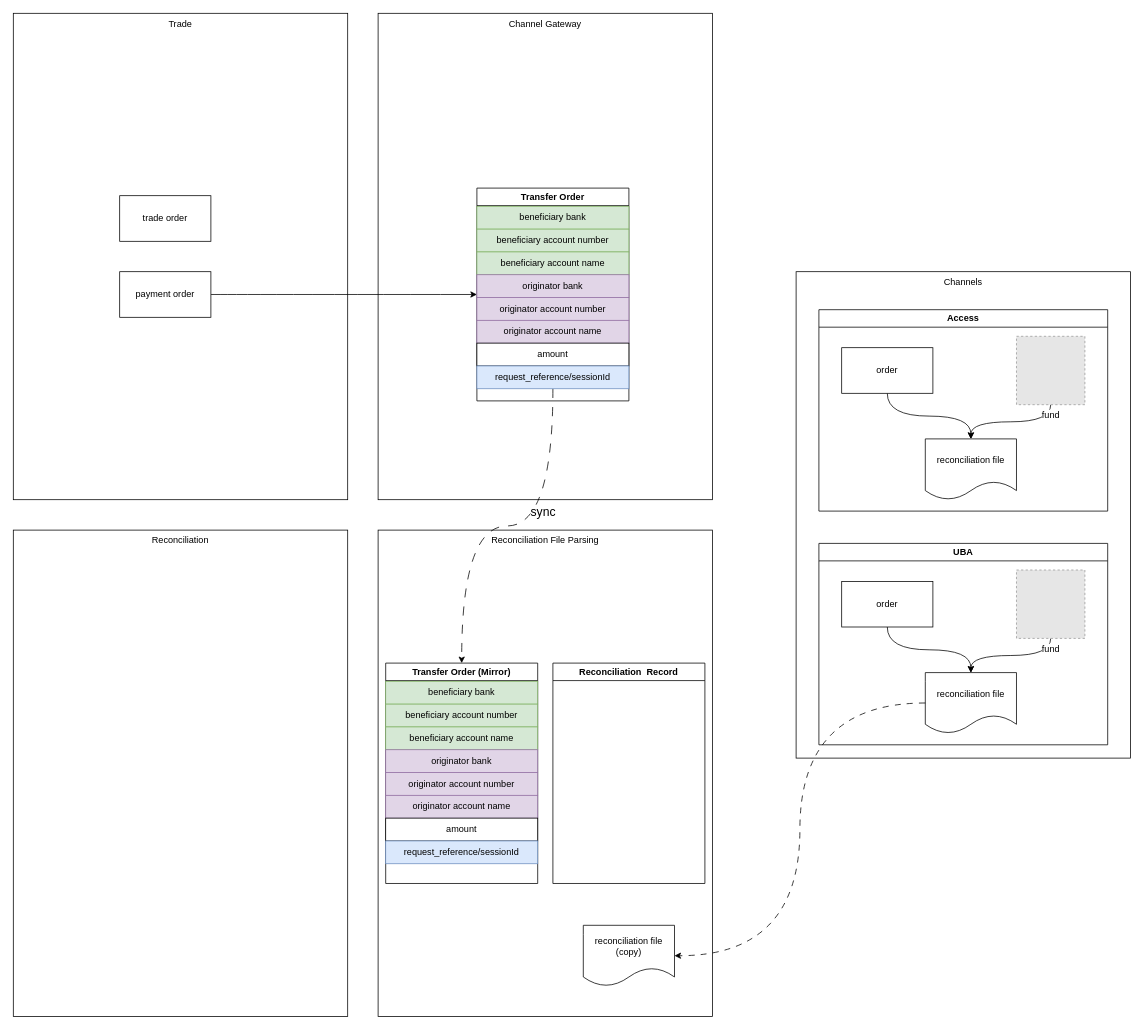
The draw.io diagram reconciliation solution.drawio in catface996/images, before the edit. Source tidied: cells renumbered, new cells numbered last; positions are measured from the earlier drawing's top-left corner, leaving out a move shared by most shapes. Both pictures are drawn from the tidied source at 76%, with x=0, y=0 at pixel (13, 13). Pictures stored in the file or linked from it are replaced by grey dashed boxes.
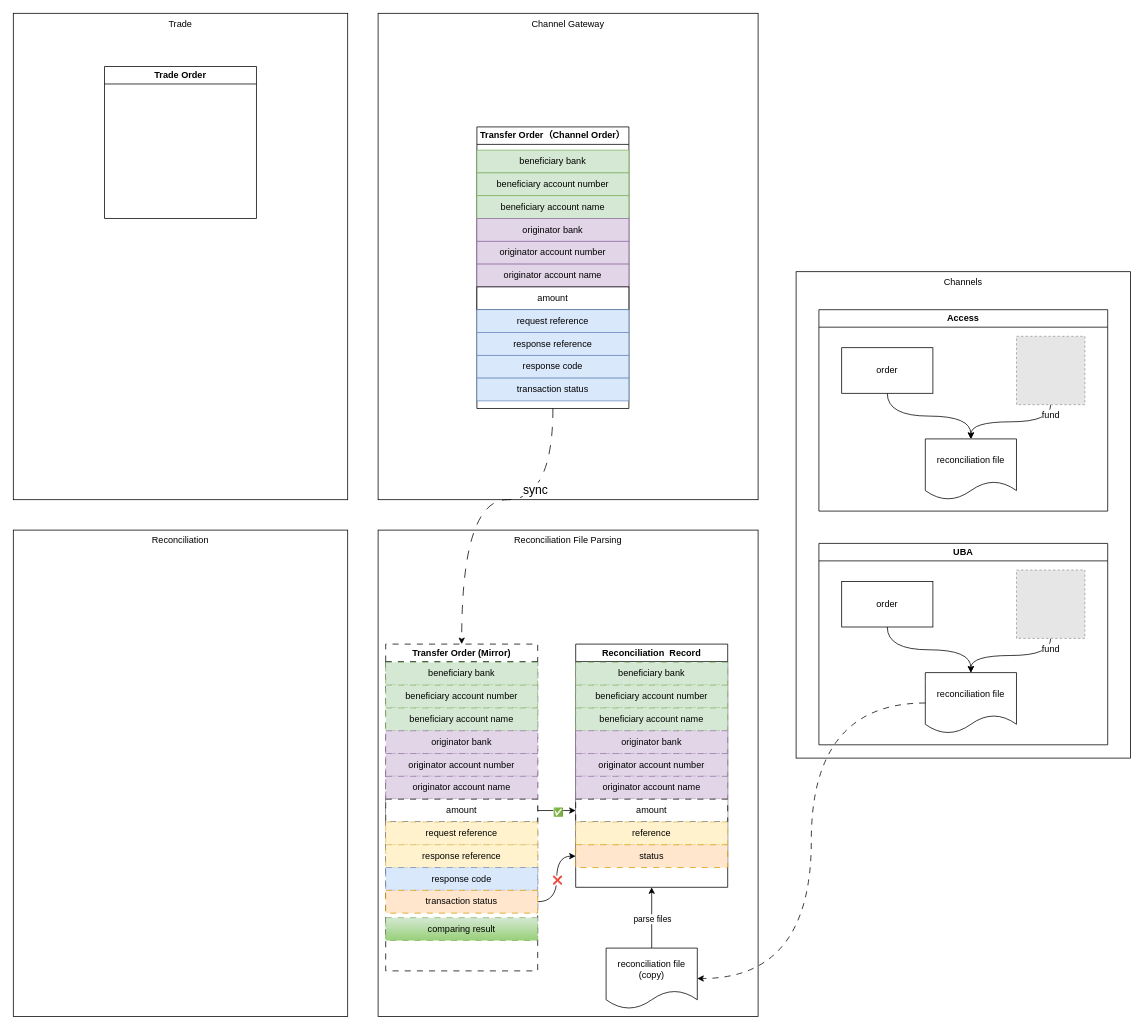
The same page after the edit.

The change refers to these unchanged cells:
```xml
<mxCell id="18" value="reconciliation file" style="shape=document;whiteSpace=wrap;html=1;boundedLbl=1;" parent="17" vertex="1">
  <mxGeometry x="140" y="170" width="120" height="80" as="geometry" />
</mxCell>
```

What changed in the source:
```diff
@@
     <mxCell id="3" value="Channel Gateway" style="rounded=0;whiteSpace=wrap;html=1;align=center;verticalAlign=top;" parent="1" vertex="1">
-      <mxGeometry x="480" width="440" height="640" as="geometry" />
+      <mxGeometry x="480" width="500" height="640" as="geometry" />
     </mxCell>
@@
-    <mxCell id="5" value="trade order" style="rounded=0;whiteSpace=wrap;html=1;" parent="1" vertex="1">
-      <mxGeometry x="140" y="240" width="120" height="60" as="geometry" />
-    </mxCell>
-    <mxCell id="6" style="edgeStyle=orthogonalEdgeStyle;rounded=0;jettySize=auto;html=1;entryX=0;entryY=0.5;entryDx=0;entryDy=0;curved=1;" parent="1" edge="1" source="7" target="10">
-      <mxGeometry relative="1" as="geometry" />
-    </mxCell>
-    <mxCell id="7" value="payment order" style="rounded=0;whiteSpace=wrap;html=1;" parent="1" vertex="1">
-      <mxGeometry x="140" y="340" width="120" height="60" as="geometry" />
-    </mxCell>
     <mxCell id="8" value="&lt;div style=&quot;text-align: left;&quot;&gt;&lt;span style=&quot;background-color: initial;&quot;&gt;Reconciliation File Parsing&lt;/span&gt;&lt;/div&gt;" style="rounded=0;whiteSpace=wrap;html=1;align=center;verticalAlign=top;" parent="1" vertex="1">
-      <mxGeometry x="480" y="680" width="440" height="640" as="geometry" />
+      <mxGeometry x="480" y="680" width="500" height="640" as="geometry" />
     </mxCell>
@@
-    <mxCell id="10" value="Transfer Order" style="swimlane;whiteSpace=wrap;html=1;" parent="1" vertex="1">
-      <mxGeometry x="610" y="230" width="200" height="280" as="geometry" />
+    <mxCell id="10" value="Transfer Order（Channel Order）" style="swimlane;whiteSpace=wrap;html=1;" parent="1" vertex="1">
+      <mxGeometry x="610" y="149.5" width="200" height="370.5" as="geometry" />
     </mxCell>
@@
-    <mxCell id="23" style="edgeStyle=orthogonalEdgeStyle;rounded=0;jettySize=auto;html=1;entryX=0.5;entryY=0;entryDx=0;entryDy=0;curved=1;dashed=1;dashPattern=12 12;strokeWidth=1;" parent="1" edge="1" source="35" target="25">
-      <mxGeometry relative="1" as="geometry" />
+    <mxCell id="23" style="edgeStyle=orthogonalEdgeStyle;rounded=0;jettySize=auto;html=1;entryX=0.5;entryY=0;entryDx=0;entryDy=0;curved=1;dashed=1;dashPattern=12 12;strokeWidth=1;exitX=0.5;exitY=1;exitDx=0;exitDy=0;" parent="1" edge="1" source="10" target="25">
+      <mxGeometry relative="1" as="geometry">
+        <Array as="points">
+          <mxPoint x="710" y="640" />
+          <mxPoint x="590" y="640" />
+        </Array>
+      </mxGeometry>
     </mxCell>
@@
-    <mxCell id="25" value="Transfer Order (Mirror)" style="swimlane;whiteSpace=wrap;html=1;" parent="1" vertex="1">
-      <mxGeometry x="490" y="855" width="200" height="290" as="geometry" />
+    <mxCell id="25" value="Transfer Order (Mirror)" style="swimlane;whiteSpace=wrap;html=1;dashed=1;dashPattern=8 8;" parent="1" vertex="1">
+      <mxGeometry x="490" y="830" width="200" height="430" as="geometry" />
     </mxCell>
     <mxCell id="26" value="Reconciliation&amp;nbsp; Record" style="swimlane;whiteSpace=wrap;html=1;" parent="1" vertex="1">
-      <mxGeometry x="710" y="855" width="200" height="290" as="geometry" />
+      <mxGeometry x="740" y="830" width="200" height="320" as="geometry" />
     </mxCell>
-    <mxCell id="27" style="group;" parent="1" vertex="1">
-      <mxGeometry x="610" y="254" width="200" height="240" as="geometry" />
-    </mxCell>
+    <mxCell id="47" style="edgeStyle=orthogonalEdgeStyle;rounded=0;jettySize=auto;html=1;entryX=0.5;entryY=1;entryDx=0;entryDy=0;" parent="1" edge="1" source="45" target="26">
+      <mxGeometry relative="1" as="geometry" />
+    </mxCell>
+    <mxCell id="48" value="parse files" style="edgeLabel;html=1;align=center;verticalAlign=middle;" parent="47" vertex="1">
+      <mxGeometry x="-0.03" relative="1" as="geometry" />
+    </mxCell>
+    <mxCell id="45" value="reconciliation file (copy)" style="shape=document;whiteSpace=wrap;html=1;boundedLbl=1;" parent="1" vertex="1">
+      <mxGeometry x="780" y="1230" width="120" height="80" as="geometry" />
+    </mxCell>
+    <mxCell id="46" style="edgeStyle=orthogonalEdgeStyle;rounded=0;jettySize=auto;html=1;entryX=1;entryY=0.5;entryDx=0;entryDy=0;curved=1;dashed=1;dashPattern=8 8;" parent="1" edge="1" source="18" target="45">
+      <mxGeometry relative="1" as="geometry" />
+    </mxCell>
+    <mxCell id="37" value="beneficiary bank" style="rounded=0;whiteSpace=wrap;html=1;fillColor=#d5e8d4;strokeColor=#82b366;dashed=1;dashPattern=8 8;" parent="1" vertex="1">
+      <mxGeometry x="490" y="854" width="200" height="30" as="geometry" />
+    </mxCell>
+    <mxCell id="38" value="beneficiary account number" style="rounded=0;whiteSpace=wrap;html=1;fillColor=#d5e8d4;strokeColor=#82b366;dashed=1;dashPattern=8 8;" parent="1" vertex="1">
+      <mxGeometry x="490" y="884" width="200" height="30" as="geometry" />
+    </mxCell>
+    <mxCell id="39" value="beneficiary account name" style="rounded=0;whiteSpace=wrap;html=1;fillColor=#d5e8d4;strokeColor=#82b366;dashed=1;dashPattern=8 8;" parent="1" vertex="1">
+      <mxGeometry x="490" y="914" width="200" height="30" as="geometry" />
+    </mxCell>
+    <mxCell id="40" value="originator bank" style="rounded=0;whiteSpace=wrap;html=1;fillColor=#e1d5e7;strokeColor=#9673a6;dashed=1;dashPattern=8 8;" parent="1" vertex="1">
+      <mxGeometry x="490" y="944" width="200" height="30" as="geometry" />
+    </mxCell>
+    <mxCell id="41" value="originator account number" style="rounded=0;whiteSpace=wrap;html=1;fillColor=#e1d5e7;strokeColor=#9673a6;dashed=1;dashPattern=8 8;" parent="1" vertex="1">
+      <mxGeometry x="490" y="974" width="200" height="30" as="geometry" />
+    </mxCell>
+    <mxCell id="42" value="originator account name" style="rounded=0;whiteSpace=wrap;html=1;fillColor=#e1d5e7;strokeColor=#9673a6;dashed=1;dashPattern=8 8;" parent="1" vertex="1">
+      <mxGeometry x="490" y="1004" width="200" height="30" as="geometry" />
+    </mxCell>
+    <mxCell id="49" style="edgeStyle=orthogonalEdgeStyle;rounded=0;jettySize=auto;html=1;entryX=0;entryY=0.5;entryDx=0;entryDy=0;" parent="1" edge="1" source="43" target="65">
+      <mxGeometry relative="1" as="geometry" />
+    </mxCell>
+    <mxCell id="50" value="✅" style="edgeLabel;html=1;align=center;verticalAlign=middle;" parent="49" vertex="1">
+      <mxGeometry x="0.04" y="-2" relative="1" as="geometry" />
+    </mxCell>
+    <mxCell id="43" value="amount" style="rounded=0;whiteSpace=wrap;html=1;dashed=1;dashPattern=8 8;" parent="1" vertex="1">
+      <mxGeometry x="490" y="1034" width="200" height="30" as="geometry" />
+    </mxCell>
+    <mxCell id="44" value="request reference" style="rounded=0;whiteSpace=wrap;html=1;fillColor=#fff2cc;strokeColor=#d6b656;dashed=1;dashPattern=8 8;" parent="1" vertex="1">
+      <mxGeometry x="490" y="1064" width="200" height="30" as="geometry" />
+    </mxCell>
+    <mxCell id="51" value="response reference" style="rounded=0;whiteSpace=wrap;html=1;fillColor=#fff2cc;strokeColor=#d6b656;dashed=1;dashPattern=8 8;" parent="1" vertex="1">
+      <mxGeometry x="490" y="1094" width="200" height="30" as="geometry" />
+    </mxCell>
+    <mxCell id="52" value="response code" style="rounded=0;whiteSpace=wrap;html=1;fillColor=#dae8fc;strokeColor=#6c8ebf;dashed=1;dashPattern=8 8;" parent="1" vertex="1">
+      <mxGeometry x="490" y="1124" width="200" height="30" as="geometry" />
+    </mxCell>
-    <mxCell id="28" value="beneficiary bank" style="rounded=0;whiteSpace=wrap;html=1;fillColor=#d5e8d4;strokeColor=#82b366;" parent="27" vertex="1">
-      <mxGeometry width="200" height="30" as="geometry" />
+    <mxCell id="28" value="beneficiary bank" style="rounded=0;whiteSpace=wrap;html=1;fillColor=#d5e8d4;strokeColor=#82b366;" parent="1" vertex="1">
+      <mxGeometry x="610" y="180" width="200" height="30" as="geometry" />
     </mxCell>
-    <mxCell id="29" value="beneficiary account number" style="rounded=0;whiteSpace=wrap;html=1;fillColor=#d5e8d4;strokeColor=#82b366;" parent="27" vertex="1">
-      <mxGeometry y="30" width="200" height="30" as="geometry" />
+    <mxCell id="29" value="beneficiary account number" style="rounded=0;whiteSpace=wrap;html=1;fillColor=#d5e8d4;strokeColor=#82b366;" parent="1" vertex="1">
+      <mxGeometry x="610" y="210" width="200" height="30" as="geometry" />
     </mxCell>
-    <mxCell id="30" value="beneficiary account name" style="rounded=0;whiteSpace=wrap;html=1;fillColor=#d5e8d4;strokeColor=#82b366;" parent="27" vertex="1">
-      <mxGeometry y="60" width="200" height="30" as="geometry" />
+    <mxCell id="30" value="beneficiary account name" style="rounded=0;whiteSpace=wrap;html=1;fillColor=#d5e8d4;strokeColor=#82b366;" parent="1" vertex="1">
+      <mxGeometry x="610" y="240" width="200" height="30" as="geometry" />
     </mxCell>
-    <mxCell id="31" value="originator bank" style="rounded=0;whiteSpace=wrap;html=1;fillColor=#e1d5e7;strokeColor=#9673a6;" parent="27" vertex="1">
-      <mxGeometry y="90" width="200" height="30" as="geometry" />
+    <mxCell id="31" value="originator bank" style="rounded=0;whiteSpace=wrap;html=1;fillColor=#e1d5e7;strokeColor=#9673a6;" parent="1" vertex="1">
+      <mxGeometry x="610" y="270" width="200" height="30" as="geometry" />
     </mxCell>
-    <mxCell id="32" value="originator account number" style="rounded=0;whiteSpace=wrap;html=1;fillColor=#e1d5e7;strokeColor=#9673a6;" parent="27" vertex="1">
-      <mxGeometry y="120" width="200" height="30" as="geometry" />
+    <mxCell id="32" value="originator account number" style="rounded=0;whiteSpace=wrap;html=1;fillColor=#e1d5e7;strokeColor=#9673a6;" parent="1" vertex="1">
+      <mxGeometry x="610" y="300" width="200" height="30" as="geometry" />
     </mxCell>
-    <mxCell id="33" value="originator account name" style="rounded=0;whiteSpace=wrap;html=1;fillColor=#e1d5e7;strokeColor=#9673a6;" parent="27" vertex="1">
-      <mxGeometry y="150" width="200" height="30" as="geometry" />
+    <mxCell id="33" value="originator account name" style="rounded=0;whiteSpace=wrap;html=1;fillColor=#e1d5e7;strokeColor=#9673a6;" parent="1" vertex="1">
+      <mxGeometry x="610" y="330" width="200" height="30" as="geometry" />
     </mxCell>
-    <mxCell id="34" value="amount" style="rounded=0;whiteSpace=wrap;html=1;" parent="27" vertex="1">
-      <mxGeometry y="180" width="200" height="30" as="geometry" />
+    <mxCell id="34" value="amount" style="rounded=0;whiteSpace=wrap;html=1;" parent="1" vertex="1">
+      <mxGeometry x="610" y="360" width="200" height="30" as="geometry" />
     </mxCell>
-    <mxCell id="35" value="request_reference/sessionId" style="rounded=0;whiteSpace=wrap;html=1;fillColor=#dae8fc;strokeColor=#6c8ebf;" parent="27" vertex="1">
-      <mxGeometry y="210" width="200" height="30" as="geometry" />
+    <mxCell id="35" value="request reference" style="rounded=0;whiteSpace=wrap;html=1;fillColor=#dae8fc;strokeColor=#6c8ebf;" parent="1" vertex="1">
+      <mxGeometry x="610" y="390" width="200" height="30" as="geometry" />
     </mxCell>
-    <mxCell id="36" style="group;" parent="1" vertex="1">
-      <mxGeometry x="490" y="879" width="200" height="240" as="geometry" />
-    </mxCell>
-    <mxCell id="37" value="beneficiary bank" style="rounded=0;whiteSpace=wrap;html=1;fillColor=#d5e8d4;strokeColor=#82b366;" parent="36" vertex="1">
-      <mxGeometry width="200" height="30" as="geometry" />
-    </mxCell>
-    <mxCell id="38" value="beneficiary account number" style="rounded=0;whiteSpace=wrap;html=1;fillColor=#d5e8d4;strokeColor=#82b366;" parent="36" vertex="1">
-      <mxGeometry y="30" width="200" height="30" as="geometry" />
-    </mxCell>
-    <mxCell id="39" value="beneficiary account name" style="rounded=0;whiteSpace=wrap;html=1;fillColor=#d5e8d4;strokeColor=#82b366;" parent="36" vertex="1">
-      <mxGeometry y="60" width="200" height="30" as="geometry" />
-    </mxCell>
-    <mxCell id="40" value="originator bank" style="rounded=0;whiteSpace=wrap;html=1;fillColor=#e1d5e7;strokeColor=#9673a6;" parent="36" vertex="1">
-      <mxGeometry y="90" width="200" height="30" as="geometry" />
-    </mxCell>
-    <mxCell id="41" value="originator account number" style="rounded=0;whiteSpace=wrap;html=1;fillColor=#e1d5e7;strokeColor=#9673a6;" parent="36" vertex="1">
-      <mxGeometry y="120" width="200" height="30" as="geometry" />
-    </mxCell>
-    <mxCell id="42" value="originator account name" style="rounded=0;whiteSpace=wrap;html=1;fillColor=#e1d5e7;strokeColor=#9673a6;" parent="36" vertex="1">
-      <mxGeometry y="150" width="200" height="30" as="geometry" />
-    </mxCell>
-    <mxCell id="43" value="amount" style="rounded=0;whiteSpace=wrap;html=1;" parent="36" vertex="1">
-      <mxGeometry y="180" width="200" height="30" as="geometry" />
-    </mxCell>
-    <mxCell id="44" value="request_reference/sessionId" style="rounded=0;whiteSpace=wrap;html=1;fillColor=#dae8fc;strokeColor=#6c8ebf;" parent="36" vertex="1">
-      <mxGeometry y="210" width="200" height="30" as="geometry" />
-    </mxCell>
-    <mxCell id="45" value="reconciliation file (copy)" style="shape=document;whiteSpace=wrap;html=1;boundedLbl=1;" parent="1" vertex="1">
-      <mxGeometry x="750" y="1200" width="120" height="80" as="geometry" />
-    </mxCell>
-    <mxCell id="46" style="edgeStyle=orthogonalEdgeStyle;rounded=0;jettySize=auto;html=1;entryX=1;entryY=0.5;entryDx=0;entryDy=0;curved=1;dashed=1;dashPattern=8 8;" parent="1" edge="1" source="18" target="45">
-      <mxGeometry relative="1" as="geometry" />
-    </mxCell>
+    <mxCell id="53" value="response code" style="rounded=0;whiteSpace=wrap;html=1;fillColor=#dae8fc;strokeColor=#6c8ebf;" parent="1" vertex="1">
+      <mxGeometry x="610" y="450" width="200" height="30" as="geometry" />
+    </mxCell>
+    <mxCell id="54" value="response reference" style="rounded=0;whiteSpace=wrap;html=1;fillColor=#dae8fc;strokeColor=#6c8ebf;" parent="1" vertex="1">
+      <mxGeometry x="610" y="420" width="200" height="30" as="geometry" />
+    </mxCell>
+    <mxCell id="55" value="transaction status" style="rounded=0;whiteSpace=wrap;html=1;fillColor=#dae8fc;strokeColor=#6c8ebf;" parent="1" vertex="1">
+      <mxGeometry x="610" y="480" width="200" height="30" as="geometry" />
+    </mxCell>
+    <mxCell id="56" style="edgeStyle=orthogonalEdgeStyle;rounded=0;jettySize=auto;html=1;entryX=0;entryY=0.5;entryDx=0;entryDy=0;curved=1;" parent="1" edge="1" source="58" target="67">
+      <mxGeometry relative="1" as="geometry" />
+    </mxCell>
+    <mxCell id="57" value="❌" style="edgeLabel;html=1;align=center;verticalAlign=middle;" parent="56" vertex="1">
+      <mxGeometry x="-0.02" relative="1" as="geometry" />
+    </mxCell>
+    <mxCell id="58" value="transaction status" style="rounded=0;whiteSpace=wrap;html=1;fillColor=#ffe6cc;strokeColor=#d79b00;dashed=1;dashPattern=8 8;" parent="1" vertex="1">
+      <mxGeometry x="490" y="1154" width="200" height="30" as="geometry" />
+    </mxCell>
+    <mxCell id="59" value="beneficiary bank" style="rounded=0;whiteSpace=wrap;html=1;fillColor=#d5e8d4;strokeColor=#82b366;dashed=1;dashPattern=8 8;" parent="1" vertex="1">
+      <mxGeometry x="740" y="854" width="200" height="30" as="geometry" />
+    </mxCell>
+    <mxCell id="60" value="beneficiary account number" style="rounded=0;whiteSpace=wrap;html=1;fillColor=#d5e8d4;strokeColor=#82b366;dashed=1;dashPattern=8 8;" parent="1" vertex="1">
+      <mxGeometry x="740" y="884" width="200" height="30" as="geometry" />
+    </mxCell>
+    <mxCell id="61" value="beneficiary account name" style="rounded=0;whiteSpace=wrap;html=1;fillColor=#d5e8d4;strokeColor=#82b366;dashed=1;dashPattern=8 8;" parent="1" vertex="1">
+      <mxGeometry x="740" y="914" width="200" height="30" as="geometry" />
+    </mxCell>
+    <mxCell id="62" value="originator bank" style="rounded=0;whiteSpace=wrap;html=1;fillColor=#e1d5e7;strokeColor=#9673a6;dashed=1;dashPattern=8 8;" parent="1" vertex="1">
+      <mxGeometry x="740" y="944" width="200" height="30" as="geometry" />
+    </mxCell>
+    <mxCell id="63" value="originator account number" style="rounded=0;whiteSpace=wrap;html=1;fillColor=#e1d5e7;strokeColor=#9673a6;dashed=1;dashPattern=8 8;" parent="1" vertex="1">
+      <mxGeometry x="740" y="974" width="200" height="30" as="geometry" />
+    </mxCell>
+    <mxCell id="64" value="originator account name" style="rounded=0;whiteSpace=wrap;html=1;fillColor=#e1d5e7;strokeColor=#9673a6;dashed=1;dashPattern=8 8;" parent="1" vertex="1">
+      <mxGeometry x="740" y="1004" width="200" height="30" as="geometry" />
+    </mxCell>
+    <mxCell id="65" value="amount" style="rounded=0;whiteSpace=wrap;html=1;dashed=1;dashPattern=8 8;" parent="1" vertex="1">
+      <mxGeometry x="740" y="1034" width="200" height="30" as="geometry" />
+    </mxCell>
+    <mxCell id="66" value="reference" style="rounded=0;whiteSpace=wrap;html=1;fillColor=#fff2cc;strokeColor=#d6b656;dashed=1;dashPattern=8 8;" parent="1" vertex="1">
+      <mxGeometry x="740" y="1064" width="200" height="30" as="geometry" />
+    </mxCell>
+    <mxCell id="67" value="status" style="rounded=0;whiteSpace=wrap;html=1;fillColor=#ffe6cc;strokeColor=#d79b00;dashed=1;dashPattern=8 8;" parent="1" vertex="1">
+      <mxGeometry x="740" y="1094" width="200" height="30" as="geometry" />
+    </mxCell>
+    <mxCell id="68" value="comparing result" style="rounded=0;whiteSpace=wrap;html=1;fillColor=#d5e8d4;strokeColor=#82b366;dashed=1;dashPattern=8 8;gradientColor=#97d077;" parent="1" vertex="1">
+      <mxGeometry x="490" y="1190" width="200" height="30" as="geometry" />
+    </mxCell>
+    <mxCell id="69" value="Trade Order" style="swimlane;whiteSpace=wrap;html=1;" parent="1" vertex="1">
+      <mxGeometry x="120" y="70" width="200" height="200" as="geometry" />
+    </mxCell>
```
